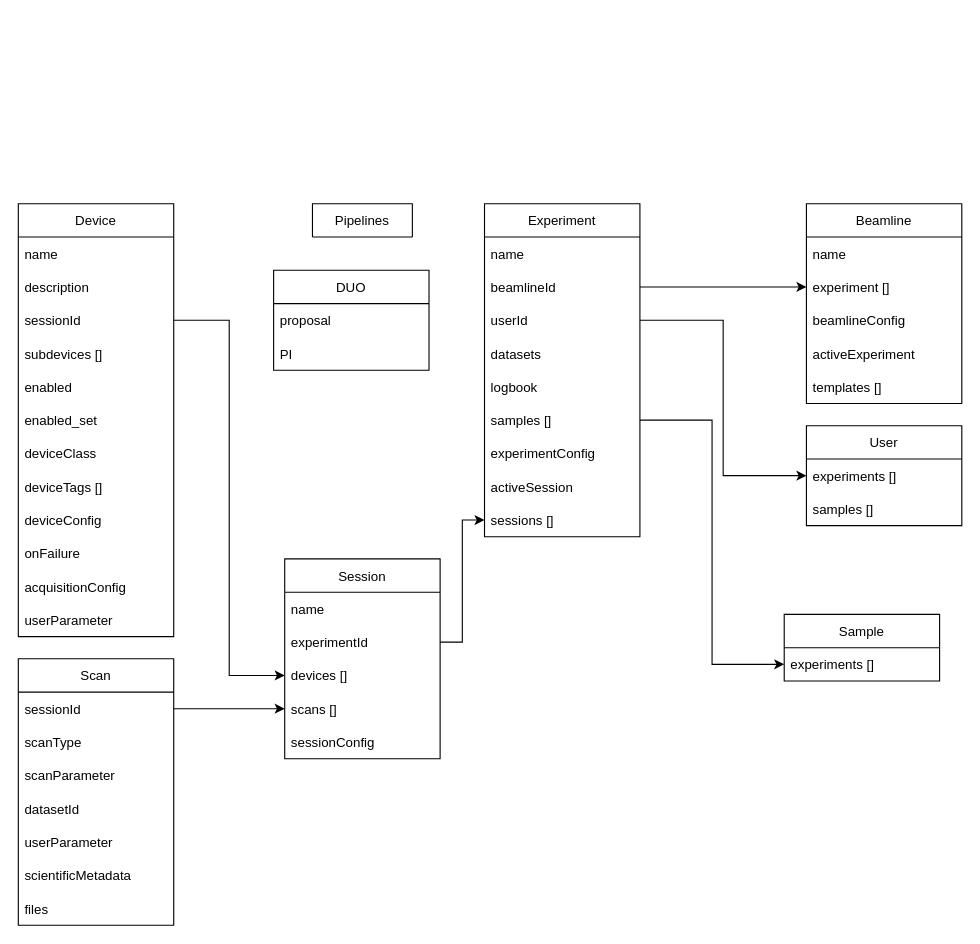
Earlier version of the draw.io diagram page "envisioned" (2 of 3) of docs/architecture/BEC_config_db.drawio (ivan-usov-org/bec). Source tidied: cells renumbered, new cells numbered last; positions are measured from the earlier drawing's top-left corner, leaving out a move shared by most shapes. Both pictures are drawn from the tidied source at 111%, with x=0, y=0 at pixel (18, 203).
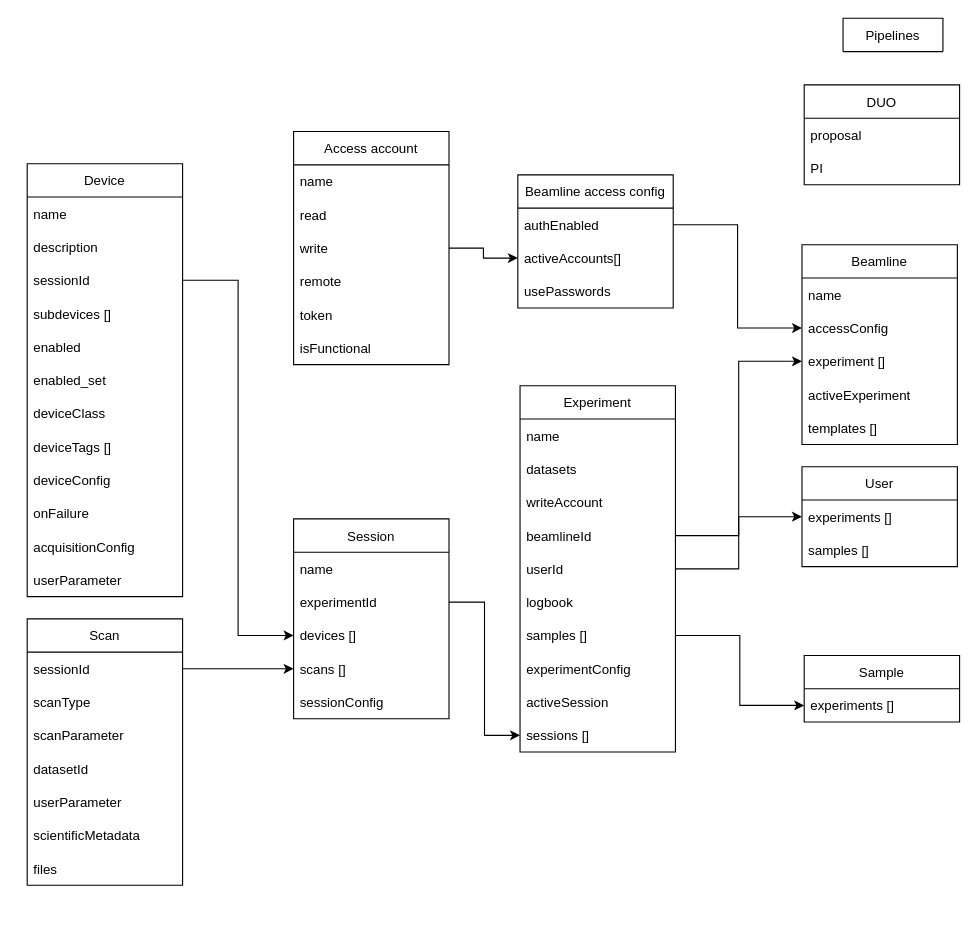
After the change.

The change refers to these unchanged cells:
```xml
<mxCell id="12" value="scans []" style="text;strokeColor=none;fillColor=none;align=left;verticalAlign=middle;spacingLeft=4;spacingRight=4;overflow=hidden;points=[[0,0.5],[1,0.5]];portConstraint=eastwest;" parent="8" vertex="1">
  <mxGeometry y="120" width="140" height="30" as="geometry" />
</mxCell>
<mxCell id="52" value="sessionId" style="text;strokeColor=none;fillColor=none;align=left;verticalAlign=middle;spacingLeft=4;spacingRight=4;overflow=hidden;points=[[0,0.5],[1,0.5]];portConstraint=eastwest;" parent="51" vertex="1">
  <mxGeometry y="30" width="140" height="30" as="geometry" />
</mxCell>
```

The edit, as a diff of the source:
```diff
@@
     <mxCell id="2" value="Beamline" style="swimlane;fontStyle=0;horizontal=1;startSize=30;" parent="1" vertex="1">
-      <mxGeometry x="710" width="140" height="180" as="geometry" />
+      <mxGeometry x="706" y="37" width="140" height="180" as="geometry" />
     </mxCell>
@@
+    <mxCell id="5" value="accessConfig" style="text;strokeColor=none;fillColor=none;align=left;verticalAlign=middle;spacingLeft=4;spacingRight=4;overflow=hidden;points=[[0,0.5],[1,0.5]];portConstraint=eastwest;" parent="2" vertex="1">
+      <mxGeometry y="60" width="140" height="30" as="geometry" />
+    </mxCell>
     <mxCell id="4" value="experiment []" style="text;strokeColor=none;fillColor=none;align=left;verticalAlign=middle;spacingLeft=4;spacingRight=4;overflow=hidden;points=[[0,0.5],[1,0.5]];portConstraint=eastwest;" parent="2" vertex="1">
-      <mxGeometry y="60" width="140" height="30" as="geometry" />
+      <mxGeometry y="90" width="140" height="30" as="geometry" />
     </mxCell>
-    <mxCell id="5" value="beamlineConfig" style="text;strokeColor=none;fillColor=none;align=left;verticalAlign=middle;spacingLeft=4;spacingRight=4;overflow=hidden;points=[[0,0.5],[1,0.5]];portConstraint=eastwest;" parent="2" vertex="1">
-      <mxGeometry y="90" width="140" height="30" as="geometry" />
-    </mxCell>
@@
     <mxCell id="8" value="Session" style="swimlane;fontStyle=0;horizontal=1;startSize=30;" parent="1" vertex="1">
-      <mxGeometry x="240" y="320" width="140" height="180" as="geometry" />
+      <mxGeometry x="248" y="284" width="140" height="180" as="geometry" />
     </mxCell>
@@
     <mxCell id="14" style="edgeStyle=orthogonalEdgeStyle;rounded=0;jettySize=auto;html=1;exitX=1;exitY=0.5;exitDx=0;exitDy=0;entryX=0;entryY=0.5;entryDx=0;entryDy=0;" parent="1" edge="1" source="17" target="4">
-      <mxGeometry relative="1" as="geometry">
-        <Array as="points">
-          <mxPoint x="620" y="75" />
-          <mxPoint x="620" y="75" />
-        </Array>
-      </mxGeometry>
+      <mxGeometry relative="1" as="geometry" />
     </mxCell>
     <mxCell id="15" value="Experiment" style="swimlane;fontStyle=0;horizontal=1;startSize=30;" parent="1" vertex="1">
-      <mxGeometry x="420" width="140" height="300" as="geometry" />
+      <mxGeometry x="452" y="164" width="140" height="330" as="geometry" />
     </mxCell>
@@
+    <mxCell id="19" value="datasets" style="text;strokeColor=none;fillColor=none;align=left;verticalAlign=middle;spacingLeft=4;spacingRight=4;overflow=hidden;" parent="15" vertex="1">
+      <mxGeometry y="60" width="140" height="30" as="geometry" />
+    </mxCell>
+    <mxCell id="60" value="writeAccount" style="text;strokeColor=none;fillColor=none;align=left;verticalAlign=middle;spacingLeft=4;spacingRight=4;overflow=hidden;" parent="15" vertex="1">
+      <mxGeometry y="90" width="140" height="30" as="geometry" />
+    </mxCell>
     <mxCell id="17" value="beamlineId" style="text;strokeColor=none;fillColor=none;align=left;verticalAlign=middle;spacingLeft=4;spacingRight=4;overflow=hidden;points=[[0,0.5],[1,0.5]];portConstraint=eastwest;" parent="15" vertex="1">
-      <mxGeometry y="60" width="140" height="30" as="geometry" />
+      <mxGeometry y="120" width="140" height="30" as="geometry" />
     </mxCell>
     <mxCell id="18" value="userId" style="text;strokeColor=none;fillColor=none;align=left;verticalAlign=middle;spacingLeft=4;spacingRight=4;overflow=hidden;points=[[0,0.5],[1,0.5]];portConstraint=eastwest;" parent="15" vertex="1">
-      <mxGeometry y="90" width="140" height="30" as="geometry" />
+      <mxGeometry y="150" width="140" height="30" as="geometry" />
     </mxCell>
-    <mxCell id="19" value="datasets" style="text;strokeColor=none;fillColor=none;align=left;verticalAlign=middle;spacingLeft=4;spacingRight=4;overflow=hidden;" parent="15" vertex="1">
-      <mxGeometry y="120" width="140" height="30" as="geometry" />
-    </mxCell>
     <mxCell id="20" value="logbook" style="text;strokeColor=none;fillColor=none;align=left;verticalAlign=middle;spacingLeft=4;spacingRight=4;overflow=hidden;" parent="15" vertex="1">
-      <mxGeometry y="150" width="140" height="30" as="geometry" />
+      <mxGeometry y="180" width="140" height="30" as="geometry" />
     </mxCell>
     <mxCell id="21" value="samples []" style="text;strokeColor=none;fillColor=none;align=left;verticalAlign=middle;spacingLeft=4;spacingRight=4;overflow=hidden;points=[[0,0.5],[1,0.5]];portConstraint=eastwest;" parent="15" vertex="1">
-      <mxGeometry y="180" width="140" height="30" as="geometry" />
+      <mxGeometry y="210" width="140" height="30" as="geometry" />
     </mxCell>
     <mxCell id="22" value="experimentConfig" style="text;strokeColor=none;fillColor=none;align=left;verticalAlign=middle;spacingLeft=4;spacingRight=4;overflow=hidden;" parent="15" vertex="1">
-      <mxGeometry y="210" width="140" height="30" as="geometry" />
+      <mxGeometry y="240" width="140" height="30" as="geometry" />
     </mxCell>
     <mxCell id="23" value="activeSession" style="text;strokeColor=none;fillColor=none;align=left;verticalAlign=middle;spacingLeft=4;spacingRight=4;overflow=hidden;" parent="15" vertex="1">
-      <mxGeometry y="240" width="140" height="30" as="geometry" />
+      <mxGeometry y="270" width="140" height="30" as="geometry" />
     </mxCell>
     <mxCell id="24" value="sessions []" style="text;strokeColor=none;fillColor=none;align=left;verticalAlign=middle;spacingLeft=4;spacingRight=4;overflow=hidden;points=[[0,0.5],[1,0.5]];portConstraint=eastwest;" parent="15" vertex="1">
-      <mxGeometry y="270" width="140" height="30" as="geometry" />
+      <mxGeometry y="300" width="140" height="30" as="geometry" />
     </mxCell>
@@
     <mxCell id="26" value="Pipelines" style="swimlane;fontStyle=0;horizontal=1;startSize=30;" parent="1" vertex="1" collapsed="1">
-      <mxGeometry x="265" width="90" height="30" as="geometry" />
+      <mxGeometry x="743" y="-167" width="90" height="30" as="geometry" />
     </mxCell>
     <mxCell id="27" value="Sample" style="swimlane;fontStyle=0;horizontal=1;startSize=30;" parent="1" vertex="1">
-      <mxGeometry x="690" y="370" width="140" height="60" as="geometry" />
+      <mxGeometry x="708" y="407" width="140" height="60" as="geometry" />
     </mxCell>
@@
     <mxCell id="29" value="User" style="swimlane;fontStyle=0;horizontal=1;startSize=30;" parent="1" vertex="1">
-      <mxGeometry x="710" y="200" width="140" height="90" as="geometry" />
+      <mxGeometry x="706" y="237" width="140" height="90" as="geometry" />
     </mxCell>
@@
     <mxCell id="35" value="DUO" style="swimlane;fontStyle=0;horizontal=1;startSize=30;" parent="1" vertex="1">
-      <mxGeometry x="230" y="60" width="140" height="90" as="geometry" />
+      <mxGeometry x="708" y="-107" width="140" height="90" as="geometry" />
     </mxCell>
@@
     <mxCell id="38" value="Device" style="swimlane;fontStyle=0;horizontal=1;startSize=30;" parent="1" vertex="1">
-      <mxGeometry width="140" height="390" as="geometry" />
+      <mxGeometry x="8" y="-36" width="140" height="390" as="geometry" />
     </mxCell>
@@
     <mxCell id="51" value="Scan" style="swimlane;fontStyle=0;horizontal=1;startSize=30;" parent="1" vertex="1">
-      <mxGeometry y="410" width="140" height="240" as="geometry" />
+      <mxGeometry x="8" y="374" width="140" height="240" as="geometry" />
     </mxCell>
@@
     <mxCell id="59" style="edgeStyle=orthogonalEdgeStyle;rounded=0;jettySize=auto;html=1;exitX=1;exitY=0.5;exitDx=0;exitDy=0;entryX=0;entryY=0.5;entryDx=0;entryDy=0;" parent="1" edge="1" source="52" target="12">
       <mxGeometry relative="1" as="geometry">
         <Array as="points">
-          <mxPoint x="160" y="455" />
-          <mxPoint x="160" y="455" />
+          <mxPoint x="168" y="419" />
+          <mxPoint x="168" y="419" />
         </Array>
       </mxGeometry>
     </mxCell>
+    <mxCell id="61" value="Beamline access config" style="swimlane;fontStyle=0;horizontal=1;startSize=30;" parent="1" vertex="1">
+      <mxGeometry x="450" y="-26" width="140" height="120" as="geometry" />
+    </mxCell>
+    <mxCell id="62" value="authEnabled" style="text;strokeColor=none;fillColor=none;align=left;verticalAlign=middle;spacingLeft=4;spacingRight=4;overflow=hidden;points=[[0,0.5],[1,0.5]];portConstraint=eastwest;" parent="61" vertex="1">
+      <mxGeometry y="30" width="140" height="30" as="geometry" />
+    </mxCell>
+    <mxCell id="63" value="activeAccounts[]" style="text;strokeColor=none;fillColor=none;align=left;verticalAlign=middle;spacingLeft=4;spacingRight=4;overflow=hidden;points=[[0,0.5],[1,0.5]];portConstraint=eastwest;" parent="61" vertex="1">
+      <mxGeometry y="60" width="140" height="30" as="geometry" />
+    </mxCell>
+    <mxCell id="64" value="usePasswords" style="text;strokeColor=none;fillColor=none;align=left;verticalAlign=middle;spacingLeft=4;spacingRight=4;overflow=hidden;" parent="61" vertex="1">
+      <mxGeometry y="90" width="140" height="30" as="geometry" />
+    </mxCell>
+    <mxCell id="65" value="Access account" style="swimlane;fontStyle=0;horizontal=1;startSize=30;" parent="1" vertex="1">
+      <mxGeometry x="248" y="-65" width="140" height="210" as="geometry" />
+    </mxCell>
+    <mxCell id="66" value="name" style="text;strokeColor=none;fillColor=none;align=left;verticalAlign=middle;spacingLeft=4;spacingRight=4;overflow=hidden;" parent="65" vertex="1">
+      <mxGeometry y="30" width="140" height="30" as="geometry" />
+    </mxCell>
+    <mxCell id="67" value="read" style="text;strokeColor=none;fillColor=none;align=left;verticalAlign=middle;spacingLeft=4;spacingRight=4;overflow=hidden;" parent="65" vertex="1">
+      <mxGeometry y="60" width="140" height="30" as="geometry" />
+    </mxCell>
+    <mxCell id="68" value="write" style="text;strokeColor=none;fillColor=none;align=left;verticalAlign=middle;spacingLeft=4;spacingRight=4;overflow=hidden;points=[[0,0.5],[1,0.5]];portConstraint=eastwest;" parent="65" vertex="1">
+      <mxGeometry y="90" width="140" height="30" as="geometry" />
+    </mxCell>
+    <mxCell id="69" value="remote" style="text;strokeColor=none;fillColor=none;align=left;verticalAlign=middle;spacingLeft=4;spacingRight=4;overflow=hidden;" parent="65" vertex="1">
+      <mxGeometry y="120" width="140" height="30" as="geometry" />
+    </mxCell>
+    <mxCell id="70" value="token" style="text;strokeColor=none;fillColor=none;align=left;verticalAlign=middle;spacingLeft=4;spacingRight=4;overflow=hidden;" parent="65" vertex="1">
+      <mxGeometry y="150" width="140" height="30" as="geometry" />
+    </mxCell>
+    <mxCell id="71" value="isFunctional" style="text;strokeColor=none;fillColor=none;align=left;verticalAlign=middle;spacingLeft=4;spacingRight=4;overflow=hidden;" parent="65" vertex="1">
+      <mxGeometry y="180" width="140" height="30" as="geometry" />
+    </mxCell>
+    <mxCell id="72" style="edgeStyle=orthogonalEdgeStyle;rounded=0;jettySize=auto;html=1;exitX=1;exitY=0.5;exitDx=0;exitDy=0;entryX=0;entryY=0.5;entryDx=0;entryDy=0;" parent="1" edge="1" source="68" target="63">
+      <mxGeometry relative="1" as="geometry" />
+    </mxCell>
+    <mxCell id="73" style="edgeStyle=orthogonalEdgeStyle;rounded=0;jettySize=auto;html=1;exitX=1;exitY=0.5;exitDx=0;exitDy=0;entryX=0;entryY=0.5;entryDx=0;entryDy=0;" parent="1" edge="1" source="62" target="5">
+      <mxGeometry relative="1" as="geometry" />
+    </mxCell>
```
